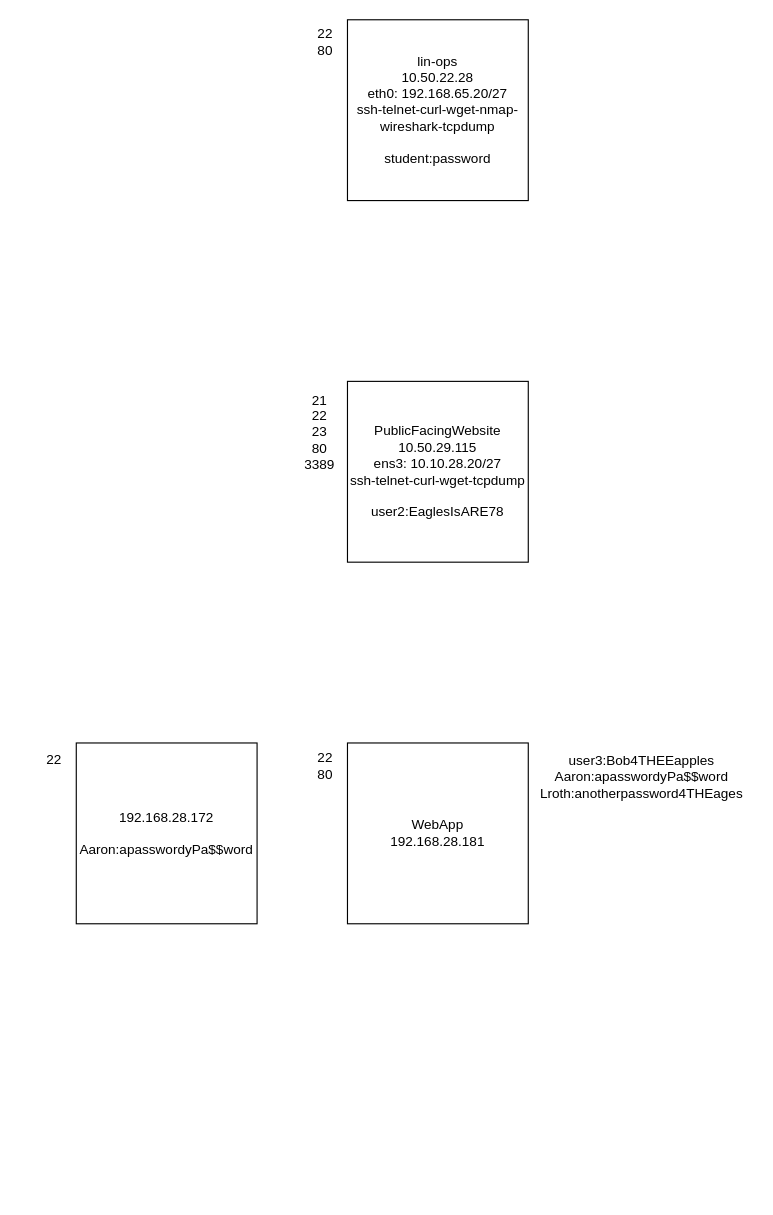
The draw.io diagram page "Page-2" (2 of 2) of Security/Greenberg/Untitled Diagram.drawio in TheWaltuh/COSC-Notes, before the edit. Source tidied: cells renumbered, new cells numbered last; positions are measured from the earlier drawing's top-left corner, leaving out a move shared by most shapes. Both pictures are drawn from the tidied source at 113%, with x=0, y=0 at pixel (31, 19).
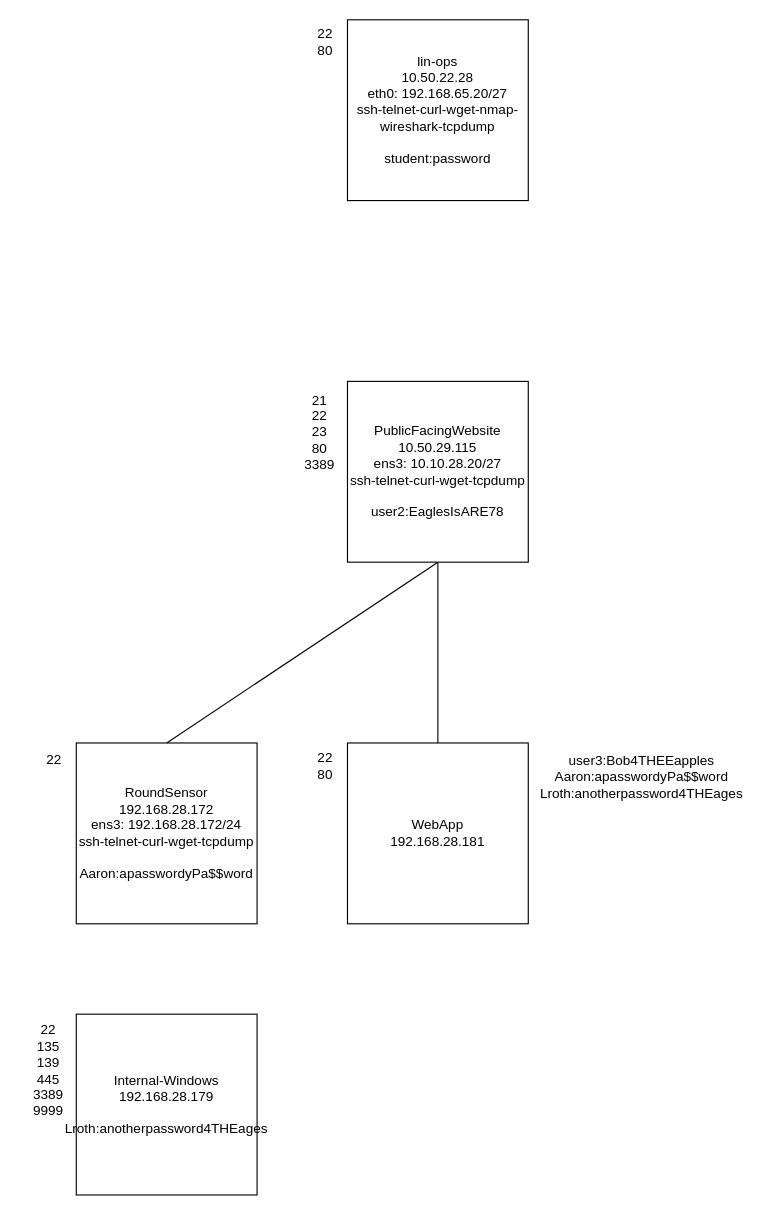
After the change.

Diff of the diagram source:
```diff
@@
 <mxGraphModel>
   <root>
     <mxCell id="0" />
     <mxCell id="1" parent="0" />
     <mxCell id="2" value="&lt;div&gt;lin-ops&lt;/div&gt;&lt;div&gt;10.50.22.28&lt;/div&gt;&lt;div&gt;eth0: 192.168.65.20/27&lt;/div&gt;&lt;div&gt;ssh-telnet-curl-wget-nmap-wireshark-tcpdump&lt;/div&gt;&lt;div&gt;&lt;br&gt;&lt;/div&gt;&lt;div&gt;student:password&lt;br&gt;&lt;/div&gt;" style="whiteSpace=wrap;html=1;" parent="1" vertex="1">
       <mxGeometry x="280" width="160" height="160" as="geometry" />
     </mxCell>
     <mxCell id="3" value="&lt;div&gt;22&lt;/div&gt;&lt;div&gt;80&lt;br&gt;&lt;/div&gt;" style="text;html=1;align=center;verticalAlign=middle;strokeColor=none;fillColor=none;" parent="1" vertex="1">
       <mxGeometry x="240" width="40" height="40" as="geometry" />
     </mxCell>
     <mxCell id="4" value="&lt;div&gt;PublicFacingWebsite&lt;br&gt;&lt;/div&gt;&lt;div&gt;10.50.29.115&lt;/div&gt;&lt;div&gt;ens3: 10.10.28.20/27&lt;/div&gt;&lt;div&gt;ssh-telnet-curl-wget-tcpdump &lt;br&gt;&lt;/div&gt;&lt;div&gt;&lt;br&gt;&lt;/div&gt;&lt;div&gt;user2:EaglesIsARE78&lt;br&gt;&lt;/div&gt;" style="whiteSpace=wrap;html=1;" parent="1" vertex="1">
       <mxGeometry x="280" y="320" width="160" height="160" as="geometry" />
     </mxCell>
     <mxCell id="5" value="&lt;div&gt;21&lt;/div&gt;&lt;div&gt;22&lt;/div&gt;&lt;div&gt;23&lt;/div&gt;&lt;div&gt;80&lt;/div&gt;&lt;div&gt;3389&lt;br&gt;&lt;/div&gt;" style="text;html=1;align=center;verticalAlign=middle;strokeColor=none;fillColor=none;" parent="1" vertex="1">
       <mxGeometry x="230" y="320" width="50" height="90" as="geometry" />
     </mxCell>
     <mxCell id="6" value="&lt;div&gt;WebApp&lt;/div&gt;&lt;div&gt;192.168.28.181&lt;br&gt;&lt;/div&gt;" style="whiteSpace=wrap;html=1;" parent="1" vertex="1">
       <mxGeometry x="280" y="640" width="160" height="160" as="geometry" />
     </mxCell>
     <mxCell id="7" value="&lt;div&gt;22&lt;/div&gt;&lt;div&gt;80&lt;br&gt;&lt;/div&gt;" style="text;html=1;align=center;verticalAlign=middle;strokeColor=none;fillColor=none;" parent="1" vertex="1">
       <mxGeometry x="240" y="640" width="40" height="40" as="geometry" />
     </mxCell>
     <mxCell id="8" value="&lt;div&gt;user3:Bob4THEEapples&lt;/div&gt;&lt;div&gt;Aaron:apasswordyPa$$word&lt;/div&gt;&lt;div&gt;Lroth:anotherpassword4THEages&lt;/div&gt;" style="text;html=1;align=center;verticalAlign=middle;strokeColor=none;fillColor=none;" parent="1" vertex="1">
       <mxGeometry x="440" y="640" width="200" height="60" as="geometry" />
     </mxCell>
-    <mxCell id="9" value="&lt;div&gt;192.168.28.172&lt;/div&gt;&lt;div&gt;&lt;br&gt;&lt;/div&gt;&lt;div&gt;Aaron:apasswordyPa$$word&lt;/div&gt;" style="whiteSpace=wrap;html=1;" parent="1" vertex="1">
+    <mxCell id="9" value="&lt;div&gt;RoundSensor&lt;br&gt;&lt;/div&gt;&lt;div&gt;192.168.28.172&lt;/div&gt;&lt;div&gt;ens3: 192.168.28.172/24&lt;/div&gt;&lt;div&gt;ssh-telnet-curl-wget-tcpdump&lt;br&gt;&lt;/div&gt;&lt;div&gt;&lt;br&gt;&lt;/div&gt;&lt;div&gt;Aaron:apasswordyPa$$word&lt;/div&gt;" style="whiteSpace=wrap;html=1;" parent="1" vertex="1">
       <mxGeometry x="40" y="640" width="160" height="160" as="geometry" />
     </mxCell>
     <mxCell id="10" value="22" style="text;html=1;align=center;verticalAlign=middle;strokeColor=none;fillColor=none;" parent="1" vertex="1">
       <mxGeometry y="640" width="40" height="30" as="geometry" />
     </mxCell>
+    <mxCell id="11" style="endArrow=none;html=1;rounded=0;entryX=0.5;entryY=1;entryDx=0;entryDy=0;exitX=0.5;exitY=0;exitDx=0;exitDy=0;" parent="1" edge="1" source="6" target="4">
+      <mxGeometry relative="1" as="geometry" />
+    </mxCell>
+    <mxCell id="12" style="endArrow=none;html=1;rounded=0;entryX=0.5;entryY=1;entryDx=0;entryDy=0;exitX=0.5;exitY=0;exitDx=0;exitDy=0;" parent="1" edge="1" source="9" target="4">
+      <mxGeometry relative="1" as="geometry" />
+    </mxCell>
+    <mxCell id="13" value="&lt;div&gt;Internal-Windows&lt;br&gt;&lt;/div&gt;&lt;div&gt;192.168.28.179&lt;/div&gt;&lt;div&gt;&lt;br&gt;&lt;/div&gt;&lt;div&gt;Lroth:anotherpassword4THEages&lt;/div&gt;" style="whiteSpace=wrap;html=1;" parent="1" vertex="1">
+      <mxGeometry x="40" y="880" width="160" height="160" as="geometry" />
+    </mxCell>
+    <mxCell id="14" value="&lt;div&gt;22&lt;/div&gt;&lt;div&gt;135&lt;br&gt;&lt;/div&gt;&lt;div&gt;139&lt;/div&gt;&lt;div&gt;445&lt;/div&gt;&lt;div&gt;3389&lt;/div&gt;&lt;div&gt;9999&lt;br&gt;&lt;/div&gt;" style="text;html=1;align=center;verticalAlign=middle;strokeColor=none;fillColor=none;" parent="1" vertex="1">
+      <mxGeometry x="-10" y="880" width="50" height="100" as="geometry" />
+    </mxCell>
   </root>
 </mxGraphModel>
```
